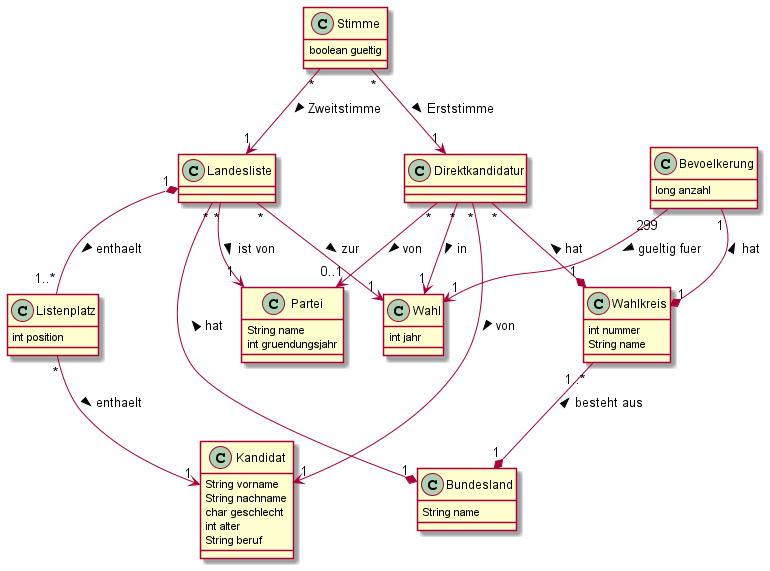
This is Blatt1/Entwurf.png from Toemmsche/database-systems-project-mirror, a PlantUML export, as it was before one commit.
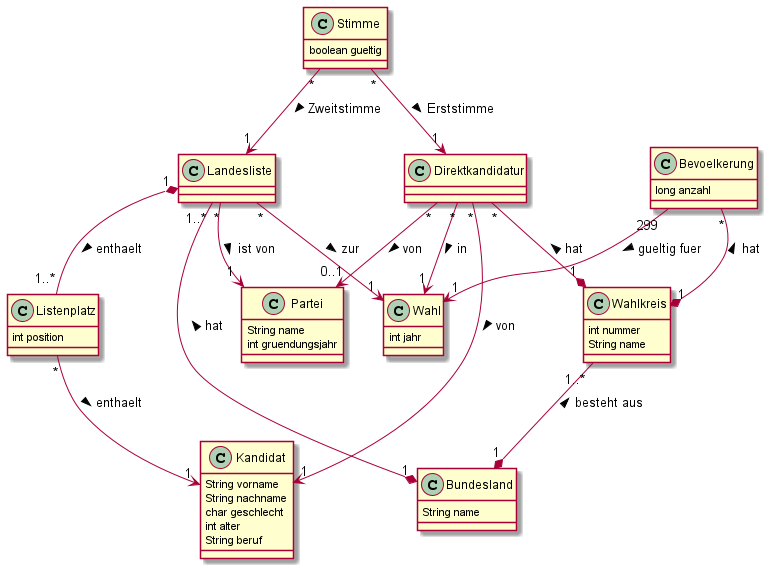
The same file after the commit.

What changed in the source:
```diff
@@ -47,9 +47,9 @@
 }
 
 
-Landesliste "*" --* "1" Bundesland : < hat
+Landesliste "1..*" --* "1" Bundesland : < hat
 Landesliste "*" --> "1" Partei : ist von >
-Landesliste "*" --> "1" "Wahl" : zur >
+Landesliste "*" --> "1" Wahl : zur >
 
 
 Landesliste "1" *-- "1..*" Listenplatz : enthaelt >
@@ -57,7 +57,7 @@
 
 Wahlkreis "1..*" --* "1" Bundesland : besteht aus <
 
-Bevoelkerung "1" --* "1" Wahlkreis : < hat
+Bevoelkerung "*" --* "1" Wahlkreis : < hat
 Bevoelkerung "299" --> "1" Wahl : gueltig fuer >
 
 
```
